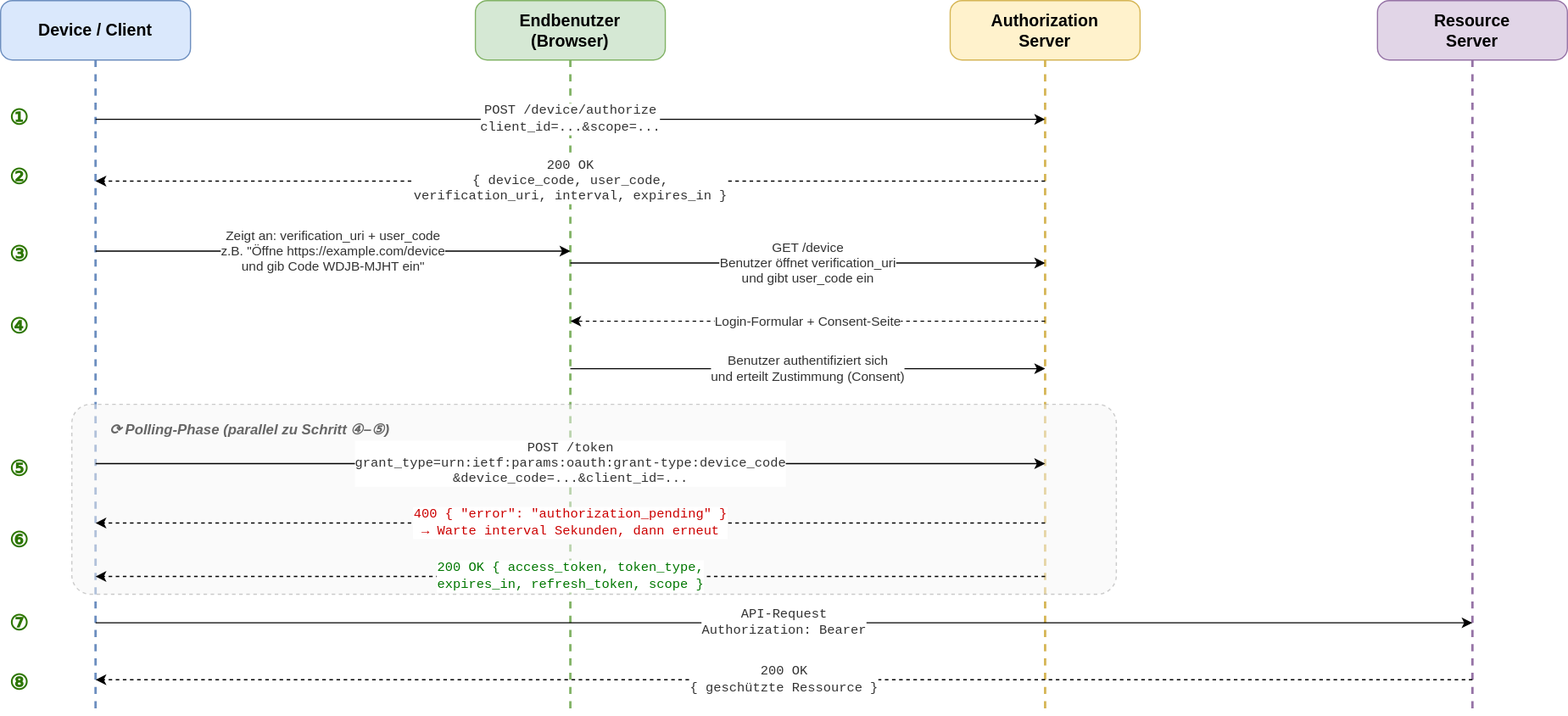
it-erben/training-keycloak keeps this draw.io diagram as slides/02-protokoll-standards/images/device_flow.drawio.svg. Above is the earlier version. Source tidied: cells renumbered, new cells last; positions are measured from the earlier drawing's top-left corner, leaving out a move shared by most shapes.
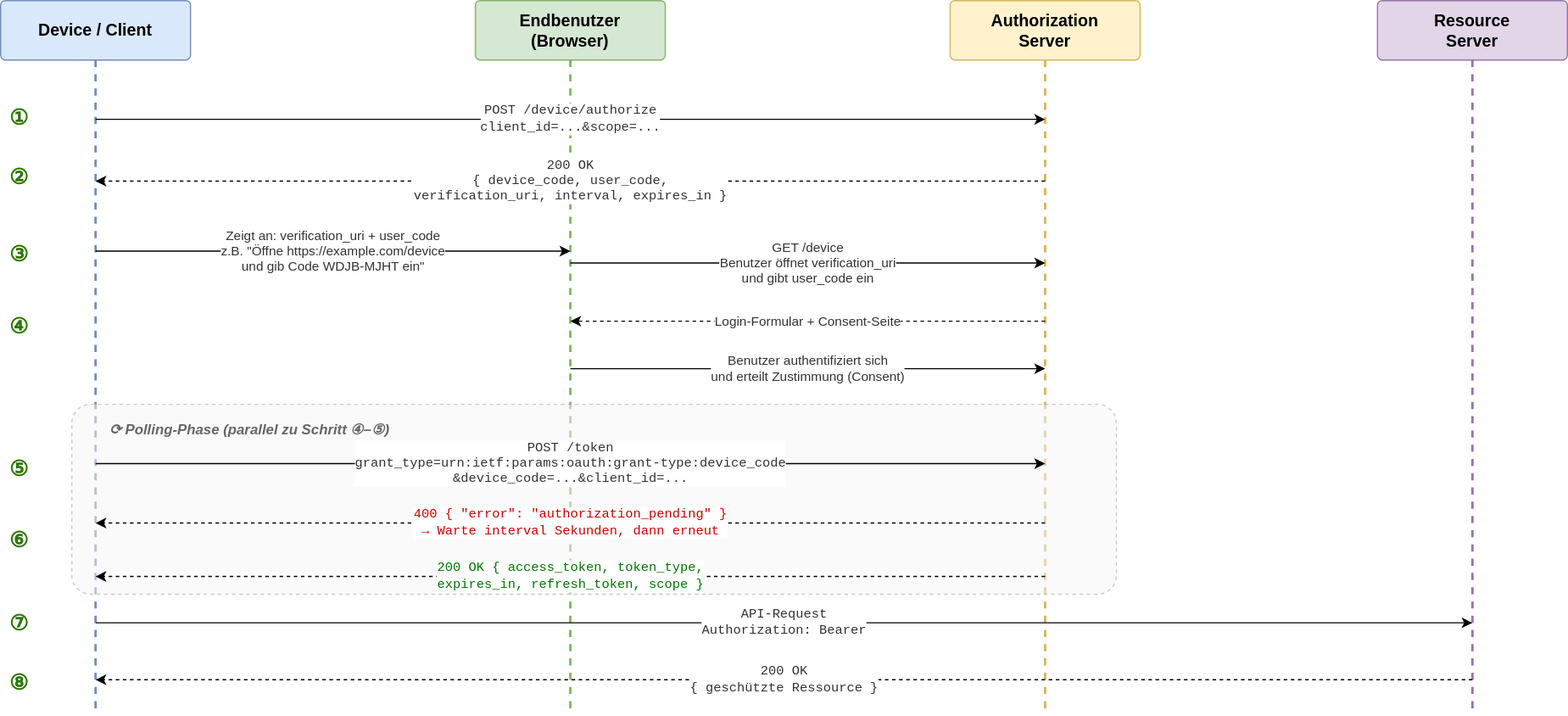
Later version of the same file.

Diff of the diagram source:
```diff
@@ -2,7 +2,7 @@
   <root>
     <mxCell id="0" />
     <mxCell id="1" parent="0" />
-    <mxCell id="2" value="Device / Client" style="rounded=1;whiteSpace=wrap;html=1;fillColor=#dae8fc;strokeColor=#6c8ebf;fontSize=14;fontStyle=1;arcSize=20;" parent="1" vertex="1">
+    <mxCell id="2" value="Device / Client" style="rounded=1;whiteSpace=wrap;html=1;fillColor=#dae8fc;strokeColor=#6c8ebf;fontSize=14;fontStyle=1;arcSize=8;" parent="1" vertex="1">
       <mxGeometry width="160" height="50" as="geometry" />
     </mxCell>
     <mxCell id="3" style="endArrow=none;dashed=1;strokeColor=#6c8ebf;strokeWidth=2;" parent="1" edge="1">
@@ -11,7 +11,7 @@
         <mxPoint x="80" y="600" as="targetPoint" />
       </mxGeometry>
     </mxCell>
-    <mxCell id="4" value="Endbenutzer&#10;(Browser)" style="rounded=1;whiteSpace=wrap;html=1;fillColor=#d5e8d4;strokeColor=#82b366;fontSize=14;fontStyle=1;arcSize=20;" parent="1" vertex="1">
+    <mxCell id="4" value="Endbenutzer&#10;(Browser)" style="rounded=1;whiteSpace=wrap;html=1;fillColor=#d5e8d4;strokeColor=#82b366;fontSize=14;fontStyle=1;arcSize=8;" parent="1" vertex="1">
       <mxGeometry x="400" width="160" height="50" as="geometry" />
     </mxCell>
     <mxCell id="5" style="endArrow=none;dashed=1;strokeColor=#82b366;strokeWidth=2;" parent="1" edge="1">
@@ -20,7 +20,7 @@
         <mxPoint x="480" y="600" as="targetPoint" />
       </mxGeometry>
     </mxCell>
-    <mxCell id="6" value="Authorization&#10;Server" style="rounded=1;whiteSpace=wrap;html=1;fillColor=#fff2cc;strokeColor=#d6b656;fontSize=14;fontStyle=1;arcSize=20;" parent="1" vertex="1">
+    <mxCell id="6" value="Authorization&#10;Server" style="rounded=1;whiteSpace=wrap;html=1;fillColor=#fff2cc;strokeColor=#d6b656;fontSize=14;fontStyle=1;arcSize=8;" parent="1" vertex="1">
       <mxGeometry x="800" width="160" height="50" as="geometry" />
     </mxCell>
     <mxCell id="7" style="endArrow=none;dashed=1;strokeColor=#d6b656;strokeWidth=2;" parent="1" edge="1">
@@ -29,7 +29,7 @@
         <mxPoint x="880" y="600" as="targetPoint" />
       </mxGeometry>
     </mxCell>
-    <mxCell id="8" value="Resource&#10;Server" style="rounded=1;whiteSpace=wrap;html=1;fillColor=#e1d5e7;strokeColor=#9673a6;fontSize=14;fontStyle=1;arcSize=20;" parent="1" vertex="1">
+    <mxCell id="8" value="Resource&#10;Server" style="rounded=1;whiteSpace=wrap;html=1;fillColor=#e1d5e7;strokeColor=#9673a6;fontSize=14;fontStyle=1;arcSize=8;" parent="1" vertex="1">
       <mxGeometry x="1160" width="160" height="50" as="geometry" />
     </mxCell>
     <mxCell id="9" style="endArrow=none;dashed=1;strokeColor=#9673a6;strokeWidth=2;" parent="1" edge="1">
```
